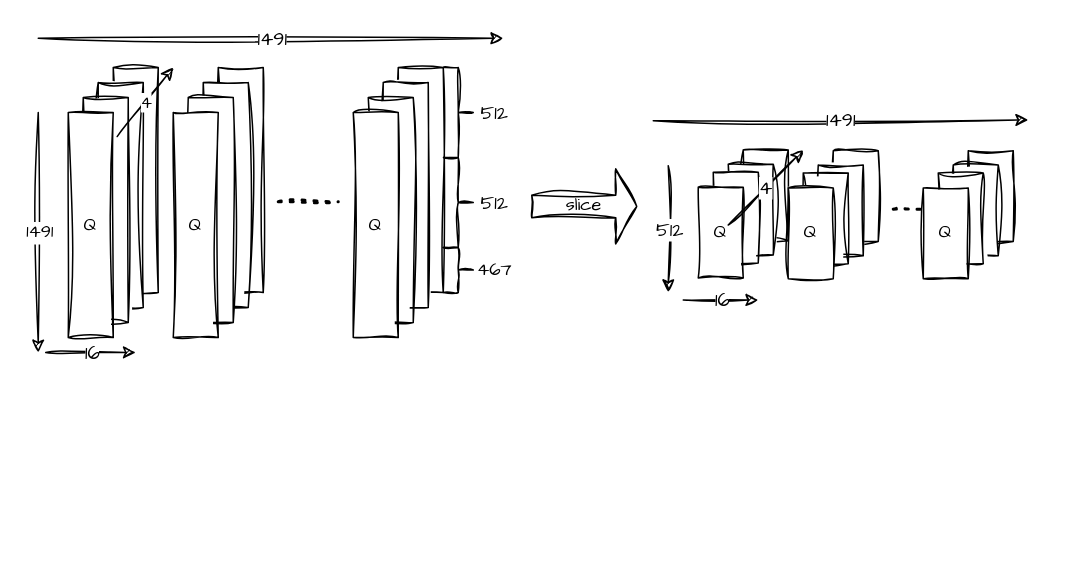
This is 未命名绘图.drawio from bfishT/bfishT, a draw.io file, before an edit. Source tidied: cells renumbered, new cells numbered last; positions are measured from the earlier drawing's top-left corner, leaving out a move shared by most shapes. Both pictures are drawn from the tidied source at 150%, with x=0, y=0 at pixel (38, 38).
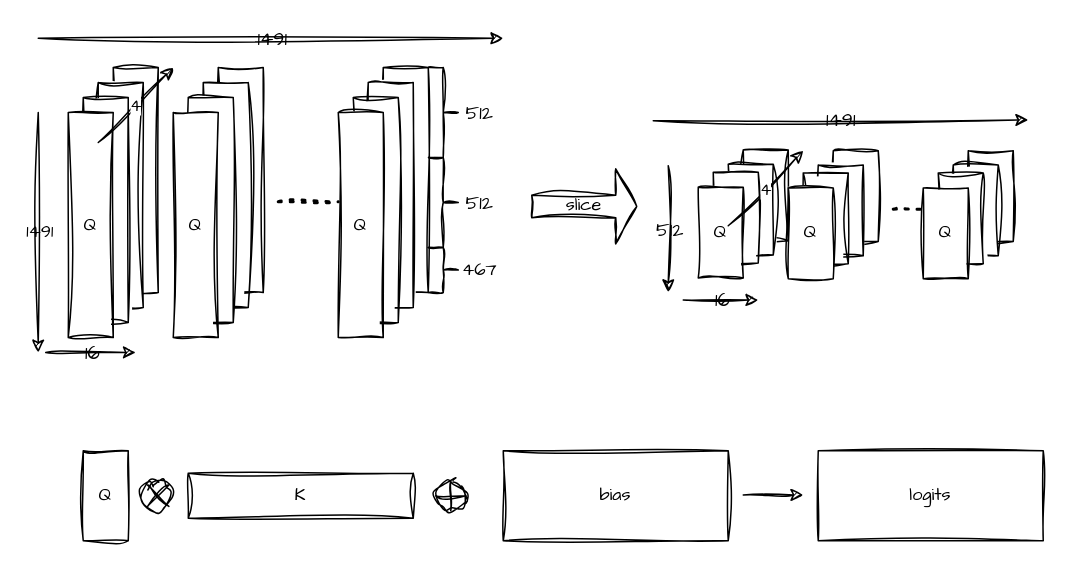
Above is the later version.

Unchanged cells that the change refers to:
```xml
<mxCell id="13" value="Q" style="rounded=0;whiteSpace=wrap;html=1;sketch=1;hachureGap=4;jiggle=2;curveFitting=1;fontFamily=Architects Daughter;labelBackgroundColor=none;" parent="1" vertex="1">
  <mxGeometry x="20" y="49.5" width="30" height="150" as="geometry" />
</mxCell>
```

Change to the diagram source:
```diff
@@
-    <mxCell id="2" value="slice" style="shape=singleArrow;whiteSpace=wrap;html=1;sketch=1;hachureGap=4;jiggle=2;curveFitting=1;fontFamily=Architects Daughter;rounded=0;" parent="1" vertex="1">
+    <mxCell id="2" value="slice" style="shape=singleArrow;whiteSpace=wrap;html=1;sketch=1;hachureGap=4;jiggle=2;curveFitting=1;fontFamily=Architects Daughter;rounded=0;labelBackgroundColor=none;" parent="1" vertex="1">
       <mxGeometry x="329" y="87.1" width="70" height="50" as="geometry" />
     </mxCell>
-    <mxCell id="3" style="endArrow=classic;html=1;rounded=0;sketch=1;hachureGap=4;jiggle=2;curveFitting=1;fontFamily=Architects Daughter;" parent="1" edge="1">
+    <mxCell id="3" style="endArrow=classic;html=1;rounded=0;sketch=1;hachureGap=4;jiggle=2;curveFitting=1;fontFamily=Architects Daughter;labelBackgroundColor=none;fontColor=default;" parent="1" edge="1">
       <mxGeometry relative="1" as="geometry">
         <mxPoint as="sourcePoint" />
         <mxPoint x="310" as="targetPoint" />
       </mxGeometry>
     </mxCell>
-    <mxCell id="4" value="1491" style="edgeLabel;html=1;align=center;verticalAlign=middle;sketch=1;hachureGap=4;jiggle=2;curveFitting=1;fontFamily=Architects Daughter;fontSize=13;rounded=0;" parent="3" vertex="1">
+    <mxCell id="4" value="1491" style="edgeLabel;html=1;align=center;verticalAlign=middle;sketch=1;hachureGap=4;jiggle=2;curveFitting=1;fontFamily=Architects Daughter;fontSize=13;rounded=0;labelBackgroundColor=none;" parent="3" vertex="1">
       <mxGeometry relative="1" as="geometry" />
     </mxCell>
-    <mxCell id="5" style="endArrow=classic;html=1;rounded=0;sketch=1;hachureGap=4;jiggle=2;curveFitting=1;fontFamily=Architects Daughter;" parent="1" edge="1">
+    <mxCell id="5" style="endArrow=classic;html=1;rounded=0;sketch=1;hachureGap=4;jiggle=2;curveFitting=1;fontFamily=Architects Daughter;labelBackgroundColor=none;fontColor=default;" parent="1" edge="1">
       <mxGeometry relative="1" as="geometry">
         <mxPoint x="5" y="209.5" as="sourcePoint" />
         <mxPoint x="65" y="209.5" as="targetPoint" />
       </mxGeometry>
     </mxCell>
-    <mxCell id="6" value="16" style="edgeLabel;html=1;align=center;verticalAlign=middle;sketch=1;hachureGap=4;jiggle=2;curveFitting=1;fontFamily=Architects Daughter;fontSize=13;rounded=0;" parent="5" vertex="1">
+    <mxCell id="6" value="16" style="edgeLabel;html=1;align=center;verticalAlign=middle;sketch=1;hachureGap=4;jiggle=2;curveFitting=1;fontFamily=Architects Daughter;fontSize=13;rounded=0;labelBackgroundColor=none;" parent="5" vertex="1">
       <mxGeometry relative="1" as="geometry" />
     </mxCell>
-    <mxCell id="7" style="endArrow=classic;html=1;rounded=0;sketch=1;hachureGap=4;jiggle=2;curveFitting=1;fontFamily=Architects Daughter;" parent="1" edge="1">
+    <mxCell id="7" style="endArrow=classic;html=1;rounded=0;sketch=1;hachureGap=4;jiggle=2;curveFitting=1;fontFamily=Architects Daughter;labelBackgroundColor=none;fontColor=default;" parent="1" edge="1">
       <mxGeometry relative="1" as="geometry">
         <mxPoint y="49.5" as="sourcePoint" />
         <mxPoint y="209.5" as="targetPoint" />
       </mxGeometry>
     </mxCell>
-    <mxCell id="8" value="1491" style="edgeLabel;html=1;align=center;verticalAlign=middle;sketch=1;hachureGap=4;jiggle=2;curveFitting=1;fontFamily=Architects Daughter;fontSize=12;rounded=0;" parent="7" vertex="1">
+    <mxCell id="8" value="1491" style="edgeLabel;html=1;align=center;verticalAlign=middle;sketch=1;hachureGap=4;jiggle=2;curveFitting=1;fontFamily=Architects Daughter;fontSize=12;rounded=0;labelBackgroundColor=none;" parent="7" vertex="1">
       <mxGeometry relative="1" as="geometry" />
     </mxCell>
-    <mxCell id="9" style="endArrow=none;dashed=1;html=1;dashPattern=1 3;strokeWidth=2;rounded=0;sketch=1;hachureGap=4;jiggle=2;curveFitting=1;fontFamily=Architects Daughter;" parent="1" edge="1">
+    <mxCell id="9" style="endArrow=none;dashed=1;html=1;dashPattern=1 3;strokeWidth=2;rounded=0;sketch=1;hachureGap=4;jiggle=2;curveFitting=1;fontFamily=Architects Daughter;labelBackgroundColor=none;fontColor=default;" parent="1" edge="1">
       <mxGeometry relative="1" as="geometry">
         <mxPoint x="160" y="109" as="sourcePoint" />
         <mxPoint x="200" y="109" as="targetPoint" />
       </mxGeometry>
     </mxCell>
@@
-    <mxCell id="14" style="endArrow=classic;html=1;rounded=0;sketch=1;hachureGap=4;jiggle=2;curveFitting=1;fontFamily=Architects Daughter;exitX=1.087;exitY=0.107;exitDx=0;exitDy=0;exitPerimeter=0;fontSize=11;" parent="1" edge="1" source="13">
-      <mxGeometry relative="1" as="geometry">
-        <mxPoint x="90" y="19.5" as="targetPoint" />
-      </mxGeometry>
-    </mxCell>
-    <mxCell id="15" value="4" style="edgeLabel;html=1;align=center;verticalAlign=middle;sketch=1;hachureGap=4;jiggle=2;curveFitting=1;fontFamily=Architects Daughter;rounded=0;" parent="14" vertex="1">
-      <mxGeometry relative="1" as="geometry" />
-    </mxCell>
@@
-    <mxCell id="20" style="group;rounded=0;" parent="1" vertex="1">
-      <mxGeometry x="210" y="19.5" width="119" height="180" as="geometry" />
+    <mxCell id="20" style="group;rounded=0;labelBackgroundColor=none;" parent="1" vertex="1">
+      <mxGeometry x="200" y="19.5" width="150" height="180" as="geometry" />
     </mxCell>
-    <mxCell id="21" value="&lt;font&gt;467&lt;/font&gt;" style="text;html=1;align=center;verticalAlign=middle;strokeColor=none;fillColor=none;fontFamily=Architects Daughter;rounded=0;" parent="20" vertex="1">
+    <mxCell id="21" value="&lt;font&gt;467&lt;/font&gt;" style="text;html=1;align=center;verticalAlign=middle;strokeColor=none;fillColor=none;fontFamily=Architects Daughter;rounded=0;labelBackgroundColor=none;" parent="20" vertex="1">
       <mxGeometry x="69" y="120" width="50" height="30" as="geometry" />
     </mxCell>
-    <mxCell id="22" value="&lt;font style=&quot;font-size: 13px;&quot;&gt;512&lt;/font&gt;" style="text;html=1;align=center;verticalAlign=middle;strokeColor=none;fillColor=none;fontFamily=Architects Daughter;rounded=0;" parent="20" vertex="1">
+    <mxCell id="22" value="&lt;font style=&quot;font-size: 13px;&quot;&gt;512&lt;/font&gt;" style="text;html=1;align=center;verticalAlign=middle;strokeColor=none;fillColor=none;fontFamily=Architects Daughter;rounded=0;labelBackgroundColor=none;" parent="20" vertex="1">
       <mxGeometry x="74" y="15" width="40" height="30" as="geometry" />
     </mxCell>
-    <mxCell id="23" value="&lt;font style=&quot;font-size: 13px;&quot;&gt;512&lt;/font&gt;" style="text;html=1;align=center;verticalAlign=middle;strokeColor=none;fillColor=none;fontFamily=Architects Daughter;rounded=0;" parent="20" vertex="1">
+    <mxCell id="23" value="&lt;font style=&quot;font-size: 13px;&quot;&gt;512&lt;/font&gt;" style="text;html=1;align=center;verticalAlign=middle;strokeColor=none;fillColor=none;fontFamily=Architects Daughter;rounded=0;labelBackgroundColor=none;" parent="20" vertex="1">
       <mxGeometry x="74" y="75" width="40" height="30" as="geometry" />
     </mxCell>
-    <mxCell id="24" style="shape=curlyBracket;whiteSpace=wrap;html=1;rounded=0;flipH=1;labelPosition=right;verticalLabelPosition=middle;align=left;verticalAlign=middle;sketch=1;hachureGap=4;jiggle=2;curveFitting=1;fontFamily=Architects Daughter;" parent="20" vertex="1">
+    <mxCell id="24" style="shape=curlyBracket;whiteSpace=wrap;html=1;rounded=0;flipH=1;labelPosition=right;verticalLabelPosition=middle;align=left;verticalAlign=middle;sketch=1;hachureGap=4;jiggle=2;curveFitting=1;fontFamily=Architects Daughter;labelBackgroundColor=none;" parent="20" vertex="1">
       <mxGeometry x="60" width="20" height="60" as="geometry" />
     </mxCell>
-    <mxCell id="25" style="shape=curlyBracket;whiteSpace=wrap;html=1;rounded=0;flipH=1;labelPosition=right;verticalLabelPosition=middle;align=left;verticalAlign=middle;sketch=1;hachureGap=4;jiggle=2;curveFitting=1;fontFamily=Architects Daughter;" parent="20" vertex="1">
+    <mxCell id="25" style="shape=curlyBracket;whiteSpace=wrap;html=1;rounded=0;flipH=1;labelPosition=right;verticalLabelPosition=middle;align=left;verticalAlign=middle;sketch=1;hachureGap=4;jiggle=2;curveFitting=1;fontFamily=Architects Daughter;labelBackgroundColor=none;" parent="20" vertex="1">
       <mxGeometry x="60" y="60" width="20" height="60" as="geometry" />
     </mxCell>
-    <mxCell id="26" style="shape=curlyBracket;whiteSpace=wrap;html=1;rounded=0;flipH=1;labelPosition=right;verticalLabelPosition=middle;align=left;verticalAlign=middle;sketch=1;hachureGap=4;jiggle=2;curveFitting=1;fontFamily=Architects Daughter;" parent="20" vertex="1">
+    <mxCell id="26" style="shape=curlyBracket;whiteSpace=wrap;html=1;rounded=0;flipH=1;labelPosition=right;verticalLabelPosition=middle;align=left;verticalAlign=middle;sketch=1;hachureGap=4;jiggle=2;curveFitting=1;fontFamily=Architects Daughter;labelBackgroundColor=none;" parent="20" vertex="1">
       <mxGeometry x="60" y="120" width="20" height="30" as="geometry" />
     </mxCell>
@@
-    <mxCell id="31" style="group;rounded=0;" parent="1" vertex="1">
+    <mxCell id="31" style="group;rounded=0;labelBackgroundColor=none;" parent="1" vertex="1">
       <mxGeometry x="410" y="54.5" width="250" height="120" as="geometry" />
     </mxCell>
-    <mxCell id="32" style="endArrow=classic;html=1;rounded=0;sketch=1;hachureGap=4;jiggle=2;curveFitting=1;fontFamily=Architects Daughter;" parent="31" edge="1">
+    <mxCell id="32" style="endArrow=classic;html=1;rounded=0;sketch=1;hachureGap=4;jiggle=2;curveFitting=1;fontFamily=Architects Daughter;labelBackgroundColor=none;fontColor=default;" parent="31" edge="1">
       <mxGeometry relative="1" as="geometry">
         <mxPoint x="20" y="120" as="sourcePoint" />
         <mxPoint x="70" y="120" as="targetPoint" />
       </mxGeometry>
     </mxCell>
-    <mxCell id="33" value="16" style="edgeLabel;html=1;align=center;verticalAlign=middle;sketch=1;hachureGap=4;jiggle=2;curveFitting=1;fontFamily=Architects Daughter;fontSize=13;rounded=0;" parent="32" vertex="1">
+    <mxCell id="33" value="16" style="edgeLabel;html=1;align=center;verticalAlign=middle;sketch=1;hachureGap=4;jiggle=2;curveFitting=1;fontFamily=Architects Daughter;fontSize=13;rounded=0;labelBackgroundColor=none;" parent="32" vertex="1">
       <mxGeometry relative="1" as="geometry" />
     </mxCell>
-    <mxCell id="34" style="endArrow=classic;html=1;rounded=0;sketch=1;hachureGap=4;jiggle=2;curveFitting=1;fontFamily=Architects Daughter;" parent="31" edge="1">
+    <mxCell id="34" style="endArrow=classic;html=1;rounded=0;sketch=1;hachureGap=4;jiggle=2;curveFitting=1;fontFamily=Architects Daughter;labelBackgroundColor=none;fontColor=default;" parent="31" edge="1">
       <mxGeometry relative="1" as="geometry">
         <mxPoint x="10" y="30.5" as="sourcePoint" />
         <mxPoint x="10" y="114.8" as="targetPoint" />
       </mxGeometry>
     </mxCell>
-    <mxCell id="35" value="512" style="edgeLabel;html=1;align=center;verticalAlign=middle;sketch=1;hachureGap=4;jiggle=2;curveFitting=1;fontFamily=Architects Daughter;fontSize=13;rounded=0;" parent="34" vertex="1">
+    <mxCell id="35" value="512" style="edgeLabel;html=1;align=center;verticalAlign=middle;sketch=1;hachureGap=4;jiggle=2;curveFitting=1;fontFamily=Architects Daughter;fontSize=13;rounded=0;labelBackgroundColor=none;" parent="34" vertex="1">
       <mxGeometry relative="1" as="geometry" />
     </mxCell>
-    <mxCell id="36" style="group;rounded=0;" parent="31" vertex="1">
+    <mxCell id="36" style="group;rounded=0;labelBackgroundColor=none;" parent="31" vertex="1">
       <mxGeometry x="30" y="20" width="60" height="85.2" as="geometry" />
     </mxCell>
-    <mxCell id="37" style="rounded=0;whiteSpace=wrap;html=1;sketch=1;hachureGap=4;jiggle=2;curveFitting=1;fontFamily=Architects Daughter;" parent="36" vertex="1">
+    <mxCell id="37" style="rounded=0;whiteSpace=wrap;html=1;sketch=1;hachureGap=4;jiggle=2;curveFitting=1;fontFamily=Architects Daughter;labelBackgroundColor=none;" parent="36" vertex="1">
       <mxGeometry x="30" width="30" height="60.5" as="geometry" />
     </mxCell>
-    <mxCell id="38" style="rounded=0;whiteSpace=wrap;html=1;sketch=1;hachureGap=4;jiggle=2;curveFitting=1;fontFamily=Architects Daughter;" parent="36" vertex="1">
+    <mxCell id="38" style="rounded=0;whiteSpace=wrap;html=1;sketch=1;hachureGap=4;jiggle=2;curveFitting=1;fontFamily=Architects Daughter;labelBackgroundColor=none;" parent="36" vertex="1">
       <mxGeometry x="20" y="9.5" width="30" height="60.5" as="geometry" />
     </mxCell>
-    <mxCell id="39" style="rounded=0;whiteSpace=wrap;html=1;sketch=1;hachureGap=4;jiggle=2;curveFitting=1;fontFamily=Architects Daughter;" parent="36" vertex="1">
+    <mxCell id="39" style="rounded=0;whiteSpace=wrap;html=1;sketch=1;hachureGap=4;jiggle=2;curveFitting=1;fontFamily=Architects Daughter;labelBackgroundColor=none;" parent="36" vertex="1">
       <mxGeometry x="10" y="14.8" width="30" height="60.5" as="geometry" />
     </mxCell>
-    <mxCell id="40" value="Q" style="rounded=0;whiteSpace=wrap;html=1;sketch=1;hachureGap=4;jiggle=2;curveFitting=1;fontFamily=Architects Daughter;" parent="36" vertex="1">
+    <mxCell id="40" value="Q" style="rounded=0;whiteSpace=wrap;html=1;sketch=1;hachureGap=4;jiggle=2;curveFitting=1;fontFamily=Architects Daughter;labelBackgroundColor=none;" parent="36" vertex="1">
       <mxGeometry y="24.8" width="30" height="60.5" as="geometry" />
     </mxCell>
-    <mxCell id="41" style="endArrow=classic;html=1;rounded=0;sketch=1;hachureGap=4;jiggle=2;curveFitting=1;fontFamily=Architects Daughter;" parent="36" edge="1">
-      <mxGeometry relative="1" as="geometry">
-        <mxPoint x="20" y="50" as="sourcePoint" />
-        <mxPoint x="70" as="targetPoint" />
-      </mxGeometry>
-    </mxCell>
-    <mxCell id="42" value="4" style="edgeLabel;html=1;align=center;verticalAlign=middle;sketch=1;hachureGap=4;jiggle=2;curveFitting=1;fontFamily=Architects Daughter;fontSize=13;rounded=0;" parent="41" vertex="1">
-      <mxGeometry relative="1" as="geometry" />
-    </mxCell>
-    <mxCell id="43" style="group;rounded=0;" parent="31" vertex="1">
+    <mxCell id="43" style="group;rounded=0;labelBackgroundColor=none;" parent="31" vertex="1">
       <mxGeometry x="90" y="20.5" width="60" height="85.2" as="geometry" />
     </mxCell>
-    <mxCell id="44" style="rounded=0;whiteSpace=wrap;html=1;sketch=1;hachureGap=4;jiggle=2;curveFitting=1;fontFamily=Architects Daughter;" parent="43" vertex="1">
+    <mxCell id="44" style="rounded=0;whiteSpace=wrap;html=1;sketch=1;hachureGap=4;jiggle=2;curveFitting=1;fontFamily=Architects Daughter;labelBackgroundColor=none;" parent="43" vertex="1">
       <mxGeometry x="30" width="30" height="60.5" as="geometry" />
     </mxCell>
-    <mxCell id="45" style="rounded=0;whiteSpace=wrap;html=1;sketch=1;hachureGap=4;jiggle=2;curveFitting=1;fontFamily=Architects Daughter;" parent="43" vertex="1">
+    <mxCell id="45" style="rounded=0;whiteSpace=wrap;html=1;sketch=1;hachureGap=4;jiggle=2;curveFitting=1;fontFamily=Architects Daughter;labelBackgroundColor=none;" parent="43" vertex="1">
       <mxGeometry x="20" y="9.5" width="30" height="60.5" as="geometry" />
     </mxCell>
-    <mxCell id="46" style="rounded=0;whiteSpace=wrap;html=1;sketch=1;hachureGap=4;jiggle=2;curveFitting=1;fontFamily=Architects Daughter;" parent="43" vertex="1">
+    <mxCell id="46" style="rounded=0;whiteSpace=wrap;html=1;sketch=1;hachureGap=4;jiggle=2;curveFitting=1;fontFamily=Architects Daughter;labelBackgroundColor=none;" parent="43" vertex="1">
       <mxGeometry x="10" y="14.8" width="30" height="60.5" as="geometry" />
     </mxCell>
-    <mxCell id="47" value="Q" style="rounded=0;whiteSpace=wrap;html=1;sketch=1;hachureGap=4;jiggle=2;curveFitting=1;fontFamily=Architects Daughter;" parent="43" vertex="1">
+    <mxCell id="47" value="Q" style="rounded=0;whiteSpace=wrap;html=1;sketch=1;hachureGap=4;jiggle=2;curveFitting=1;fontFamily=Architects Daughter;labelBackgroundColor=none;" parent="43" vertex="1">
       <mxGeometry y="24.8" width="30" height="60.5" as="geometry" />
     </mxCell>
+    <mxCell id="56" style="endArrow=classic;html=1;sketch=1;hachureGap=4;jiggle=2;curveFitting=1;fontFamily=Architects Daughter;" parent="43" edge="1">
+      <mxGeometry relative="1" as="geometry">
+        <mxPoint x="-40" y="50" as="sourcePoint" />
+        <mxPoint x="10" as="targetPoint" />
+      </mxGeometry>
+    </mxCell>
+    <mxCell id="57" value="4" style="edgeLabel;html=1;align=center;verticalAlign=middle;sketch=1;hachureGap=4;jiggle=2;curveFitting=1;fontFamily=Architects Daughter;" parent="56" vertex="1">
+      <mxGeometry relative="1" as="geometry" />
+    </mxCell>
-    <mxCell id="48" style="group;rounded=0;" parent="31" vertex="1">
+    <mxCell id="48" style="group;rounded=0;labelBackgroundColor=none;" parent="31" vertex="1">
       <mxGeometry x="180" y="20.5" width="60" height="85.2" as="geometry" />
     </mxCell>
-    <mxCell id="49" style="rounded=0;whiteSpace=wrap;html=1;sketch=1;hachureGap=4;jiggle=2;curveFitting=1;fontFamily=Architects Daughter;" parent="48" vertex="1">
+    <mxCell id="49" style="rounded=0;whiteSpace=wrap;html=1;sketch=1;hachureGap=4;jiggle=2;curveFitting=1;fontFamily=Architects Daughter;labelBackgroundColor=none;" parent="48" vertex="1">
       <mxGeometry x="30" width="30" height="60.5" as="geometry" />
     </mxCell>
-    <mxCell id="50" style="rounded=0;whiteSpace=wrap;html=1;sketch=1;hachureGap=4;jiggle=2;curveFitting=1;fontFamily=Architects Daughter;" parent="48" vertex="1">
+    <mxCell id="50" style="rounded=0;whiteSpace=wrap;html=1;sketch=1;hachureGap=4;jiggle=2;curveFitting=1;fontFamily=Architects Daughter;labelBackgroundColor=none;" parent="48" vertex="1">
       <mxGeometry x="20" y="9.5" width="30" height="60.5" as="geometry" />
     </mxCell>
-    <mxCell id="51" style="rounded=0;whiteSpace=wrap;html=1;sketch=1;hachureGap=4;jiggle=2;curveFitting=1;fontFamily=Architects Daughter;" parent="48" vertex="1">
+    <mxCell id="51" style="rounded=0;whiteSpace=wrap;html=1;sketch=1;hachureGap=4;jiggle=2;curveFitting=1;fontFamily=Architects Daughter;labelBackgroundColor=none;" parent="48" vertex="1">
       <mxGeometry x="10" y="14.8" width="30" height="60.5" as="geometry" />
     </mxCell>
-    <mxCell id="52" value="Q" style="rounded=0;whiteSpace=wrap;html=1;sketch=1;hachureGap=4;jiggle=2;curveFitting=1;fontFamily=Architects Daughter;" parent="48" vertex="1">
+    <mxCell id="52" value="Q" style="rounded=0;whiteSpace=wrap;html=1;sketch=1;hachureGap=4;jiggle=2;curveFitting=1;fontFamily=Architects Daughter;labelBackgroundColor=none;" parent="48" vertex="1">
       <mxGeometry y="24.8" width="30" height="60.5" as="geometry" />
     </mxCell>
-    <mxCell id="53" style="endArrow=none;dashed=1;html=1;dashPattern=1 3;strokeWidth=2;rounded=0;sketch=1;hachureGap=4;jiggle=2;curveFitting=1;fontFamily=Architects Daughter;" parent="31" edge="1">
+    <mxCell id="53" style="endArrow=none;dashed=1;html=1;dashPattern=1 3;strokeWidth=2;rounded=0;sketch=1;hachureGap=4;jiggle=2;curveFitting=1;fontFamily=Architects Daughter;labelBackgroundColor=none;fontColor=default;" parent="31" edge="1">
       <mxGeometry relative="1" as="geometry">
         <mxPoint x="160" y="59.5" as="sourcePoint" />
         <mxPoint x="180" y="59.5" as="targetPoint" />
       </mxGeometry>
     </mxCell>
-    <mxCell id="54" style="endArrow=classic;html=1;rounded=0;sketch=1;hachureGap=4;jiggle=2;curveFitting=1;fontFamily=Architects Daughter;" parent="31" edge="1">
+    <mxCell id="54" style="endArrow=classic;html=1;rounded=0;sketch=1;hachureGap=4;jiggle=2;curveFitting=1;fontFamily=Architects Daughter;labelBackgroundColor=none;fontColor=default;" parent="31" edge="1">
       <mxGeometry relative="1" as="geometry">
         <mxPoint y="0.5" as="sourcePoint" />
         <mxPoint x="250" as="targetPoint" />
       </mxGeometry>
     </mxCell>
-    <mxCell id="55" value="1491" style="edgeLabel;html=1;align=center;verticalAlign=middle;sketch=1;hachureGap=4;jiggle=2;curveFitting=1;fontFamily=Architects Daughter;fontSize=13;rounded=0;" parent="54" vertex="1">
+    <mxCell id="55" value="1491" style="edgeLabel;html=1;align=center;verticalAlign=middle;sketch=1;hachureGap=4;jiggle=2;curveFitting=1;fontFamily=Architects Daughter;fontSize=13;rounded=0;labelBackgroundColor=none;" parent="54" vertex="1">
       <mxGeometry relative="1" as="geometry" />
     </mxCell>
+    <mxCell id="58" value="Q" style="rounded=0;whiteSpace=wrap;html=1;sketch=1;hachureGap=4;jiggle=2;curveFitting=1;fontFamily=Architects Daughter;labelBackgroundColor=none;" parent="1" vertex="1">
+      <mxGeometry x="30" y="275" width="30" height="60" as="geometry" />
+    </mxCell>
+    <mxCell id="59" value="K" style="rounded=0;whiteSpace=wrap;html=1;sketch=1;hachureGap=4;jiggle=2;curveFitting=1;fontFamily=Architects Daughter;labelBackgroundColor=none;" parent="1" vertex="1">
+      <mxGeometry x="100" y="290" width="150" height="30" as="geometry" />
+    </mxCell>
+    <mxCell id="60" style="shape=sumEllipse;perimeter=ellipsePerimeter;whiteSpace=wrap;html=1;backgroundOutline=1;sketch=1;hachureGap=4;jiggle=2;curveFitting=1;fontFamily=Architects Daughter;labelBackgroundColor=none;" parent="1" vertex="1">
+      <mxGeometry x="70" y="295" width="20" height="20" as="geometry" />
+    </mxCell>
+    <mxCell id="61" value="logits" style="rounded=0;whiteSpace=wrap;html=1;sketch=1;hachureGap=4;jiggle=2;curveFitting=1;fontFamily=Architects Daughter;" parent="1" vertex="1">
+      <mxGeometry x="520" y="275" width="150" height="60" as="geometry" />
+    </mxCell>
+    <mxCell id="62" style="endArrow=classic;html=1;sketch=1;hachureGap=4;jiggle=2;curveFitting=1;fontFamily=Architects Daughter;" parent="1" edge="1">
+      <mxGeometry relative="1" as="geometry">
+        <mxPoint x="40" y="69.5" as="sourcePoint" />
+        <mxPoint x="90" y="19.5" as="targetPoint" />
+      </mxGeometry>
+    </mxCell>
+    <mxCell id="63" value="4" style="edgeLabel;html=1;align=center;verticalAlign=middle;sketch=1;hachureGap=4;jiggle=2;curveFitting=1;fontFamily=Architects Daughter;" parent="62" vertex="1">
+      <mxGeometry relative="1" as="geometry" />
+    </mxCell>
+    <mxCell id="64" style="shape=orEllipse;perimeter=ellipsePerimeter;whiteSpace=wrap;html=1;backgroundOutline=1;sketch=1;hachureGap=4;jiggle=2;curveFitting=1;fontFamily=Architects Daughter;" parent="1" vertex="1">
+      <mxGeometry x="265" y="295" width="20" height="20" as="geometry" />
+    </mxCell>
+    <mxCell id="65" value="bias" style="rounded=0;whiteSpace=wrap;html=1;sketch=1;hachureGap=4;jiggle=2;curveFitting=1;fontFamily=Architects Daughter;" parent="1" vertex="1">
+      <mxGeometry x="310" y="275" width="150" height="60" as="geometry" />
+    </mxCell>
+    <mxCell id="66" style="endArrow=classic;html=1;sketch=1;hachureGap=4;jiggle=2;curveFitting=1;fontFamily=Architects Daughter;" parent="1" edge="1">
+      <mxGeometry relative="1" as="geometry">
+        <mxPoint x="470" y="304.5" as="sourcePoint" />
+        <mxPoint x="510" y="304.5" as="targetPoint" />
+      </mxGeometry>
+    </mxCell>
```
